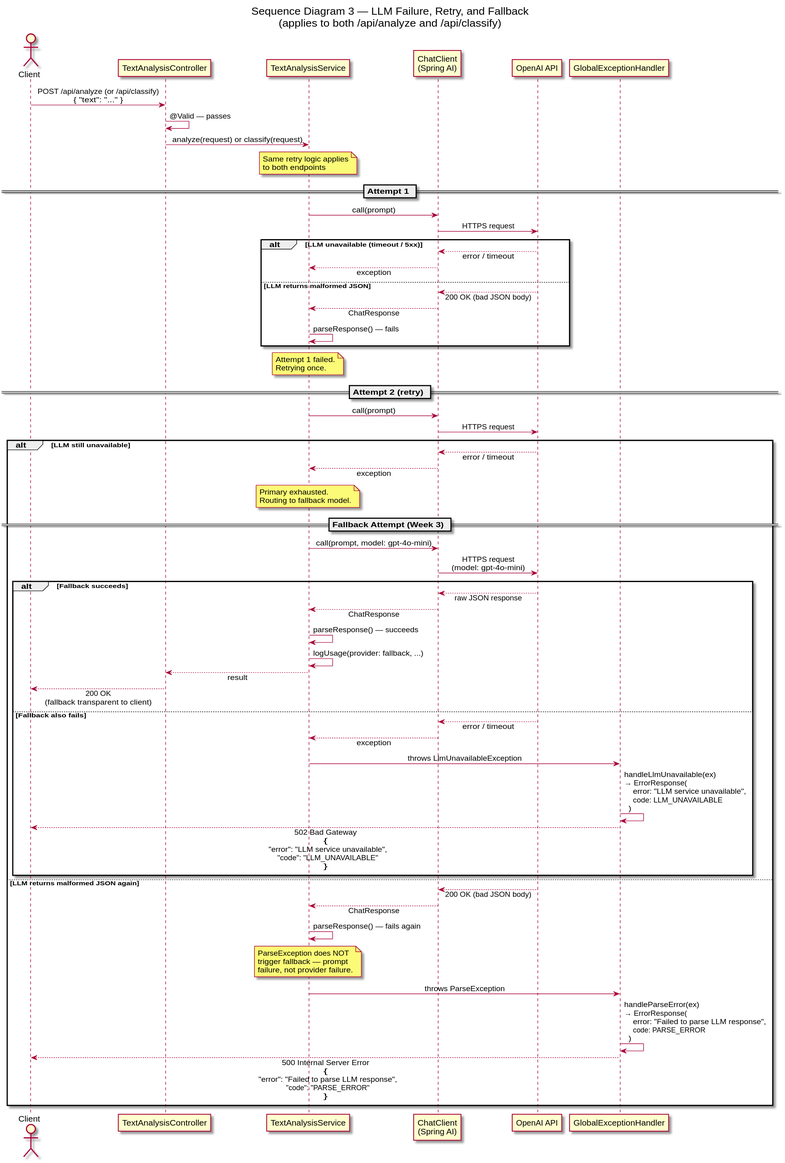
This is diagrams/docs/sequence-llm-failure.svg from Buffden/ai-text-intelligence-dashboard, a PlantUML export, as it was before one commit.
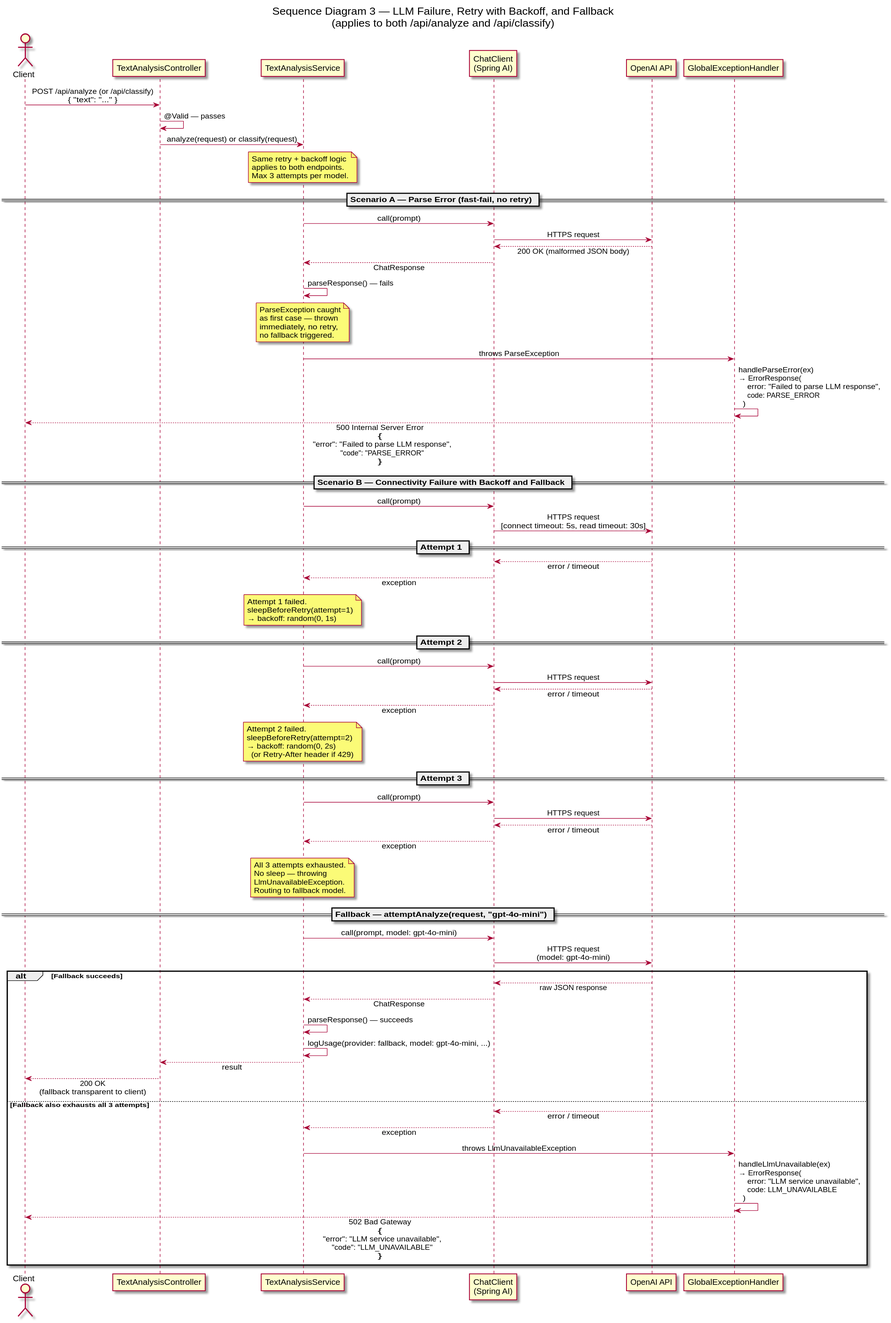
Above is the later version.

Commit message:
chore: auto-export plantuml diagrams [skip ci]

The edit, as a diff of the source:
```diff
@@ -1,6 +1,6 @@
 @startuml sequence-llm-failure
 
-title Sequence Diagram 3 — LLM Failure, Retry, and Fallback\n(applies to both /api/analyze and /api/classify)
+title Sequence Diagram 3 — LLM Failure, Retry with Backoff, and Fallback\n(applies to both /api/analyze and /api/classify)
 
 skinparam sequenceMessageAlign center
 skinparam responseMessageBelowArrow true
@@ -18,72 +18,74 @@
 
 Controller -> Service : analyze(request) or classify(request)
 
-note over Service : Same retry logic applies\nto both endpoints
+note over Service : Same retry + backoff logic\napplies to both endpoints.\nMax 3 attempts per model.
 
-== Attempt 1 ==
+== Scenario A — Parse Error (fast-fail, no retry) ==
 
 Service -> ChatClient : call(prompt)
 ChatClient -> OpenAI : HTTPS request
 
-alt LLM unavailable (timeout / 5xx)
+OpenAI --> ChatClient : 200 OK (malformed JSON body)
+ChatClient --> Service : ChatResponse
+Service -> Service : parseResponse() — fails
+note over Service : ParseException caught\nas first case — thrown\nimmediately, no retry,\nno fallback triggered.
+Service -> Handler : throws ParseException
+Handler -> Handler : handleParseError(ex)\n→ ErrorResponse(\n    error: "Failed to parse LLM response",\n    code: PARSE_ERROR\n  )
+Handler --> Client : 500 Internal Server Error\n{\n  "error": "Failed to parse LLM response",\n  "code": "PARSE_ERROR"\n}
 
-  OpenAI --> ChatClient : error / timeout
-  ChatClient --> Service : exception
+== Scenario B — Connectivity Failure with Backoff and Fallback ==
 
-else LLM returns malformed JSON
+Service -> ChatClient : call(prompt)
+ChatClient -> OpenAI : HTTPS request\n[connect timeout: 5s, read timeout: 30s]
 
-  OpenAI --> ChatClient : 200 OK (bad JSON body)
-  ChatClient --> Service : ChatResponse
-  Service -> Service : parseResponse() — fails
+== Attempt 1 ==
 
-end
+OpenAI --> ChatClient : error / timeout
+ChatClient --> Service : exception
 
-note over Service : Attempt 1 failed.\nRetrying once.
+note over Service : Attempt 1 failed.\nsleepBeforeRetry(attempt=1)\n→ backoff: random(0, 1s)
 
-== Attempt 2 (retry) ==
+== Attempt 2 ==
 
 Service -> ChatClient : call(prompt)
 ChatClient -> OpenAI : HTTPS request
 
-alt LLM still unavailable
+OpenAI --> ChatClient : error / timeout
+ChatClient --> Service : exception
+
+note over Service : Attempt 2 failed.\nsleepBeforeRetry(attempt=2)\n→ backoff: random(0, 2s)\n  (or Retry-After header if 429)
+
+== Attempt 3 ==
+
+Service -> ChatClient : call(prompt)
+ChatClient -> OpenAI : HTTPS request
+
+OpenAI --> ChatClient : error / timeout
+ChatClient --> Service : exception
+
+note over Service : All 3 attempts exhausted.\nNo sleep — throwing\nLlmUnavailableException.\nRouting to fallback model.
+
+== Fallback — attemptAnalyze(request, "gpt-4o-mini") ==
+
+Service -> ChatClient : call(prompt, model: gpt-4o-mini)
+ChatClient -> OpenAI : HTTPS request\n(model: gpt-4o-mini)
+
+alt Fallback succeeds
+
+  OpenAI --> ChatClient : raw JSON response
+  ChatClient --> Service : ChatResponse
+  Service -> Service : parseResponse() — succeeds
+  Service -> Service : logUsage(provider: fallback, model: gpt-4o-mini, ...)
+  Service --> Controller : result
+  Controller --> Client : 200 OK\n(fallback transparent to client)
+
+else Fallback also exhausts all 3 attempts
 
   OpenAI --> ChatClient : error / timeout
   ChatClient --> Service : exception
-  note over Service : Primary exhausted.\nRouting to fallback model.
-
-  == Fallback Attempt (Week 3) ==
-
-  Service -> ChatClient : call(prompt, model: gpt-4o-mini)
-  ChatClient -> OpenAI : HTTPS request\n(model: gpt-4o-mini)
-
-  alt Fallback succeeds
-
-    OpenAI --> ChatClient : raw JSON response
-    ChatClient --> Service : ChatResponse
-    Service -> Service : parseResponse() — succeeds
-    Service -> Service : logUsage(provider: fallback, ...)
-    Service --> Controller : result
-    Controller --> Client : 200 OK\n(fallback transparent to client)
-
-  else Fallback also fails
-
-    OpenAI --> ChatClient : error / timeout
-    ChatClient --> Service : exception
-    Service -> Handler : throws LlmUnavailableException
-    Handler -> Handler : handleLlmUnavailable(ex)\n→ ErrorResponse(\n    error: "LLM service unavailable",\n    code: LLM_UNAVAILABLE\n  )
-    Handler --> Client : 502 Bad Gateway\n{\n  "error": "LLM service unavailable",\n  "code": "LLM_UNAVAILABLE"\n}
-
-  end
-
-else LLM returns malformed JSON again
-
-  OpenAI --> ChatClient : 200 OK (bad JSON body)
-  ChatClient --> Service : ChatResponse
-  Service -> Service : parseResponse() — fails again
-  note over Service : ParseException does NOT\ntrigger fallback — prompt\nfailure, not provider failure.
-  Service -> Handler : throws ParseException
-  Handler -> Handler : handleParseError(ex)\n→ ErrorResponse(\n    error: "Failed to parse LLM response",\n    code: PARSE_ERROR\n  )
-  Handler --> Client : 500 Internal Server Error\n{\n  "error": "Failed to parse LLM response",\n  "code": "PARSE_ERROR"\n}
+  Service -> Handler : throws LlmUnavailableException
+  Handler -> Handler : handleLlmUnavailable(ex)\n→ ErrorResponse(\n    error: "LLM service unavailable",\n    code: LLM_UNAVAILABLE\n  )
+  Handler --> Client : 502 Bad Gateway\n{\n  "error": "LLM service unavailable",\n  "code": "LLM_UNAVAILABLE"\n}
 
 end
 
```
